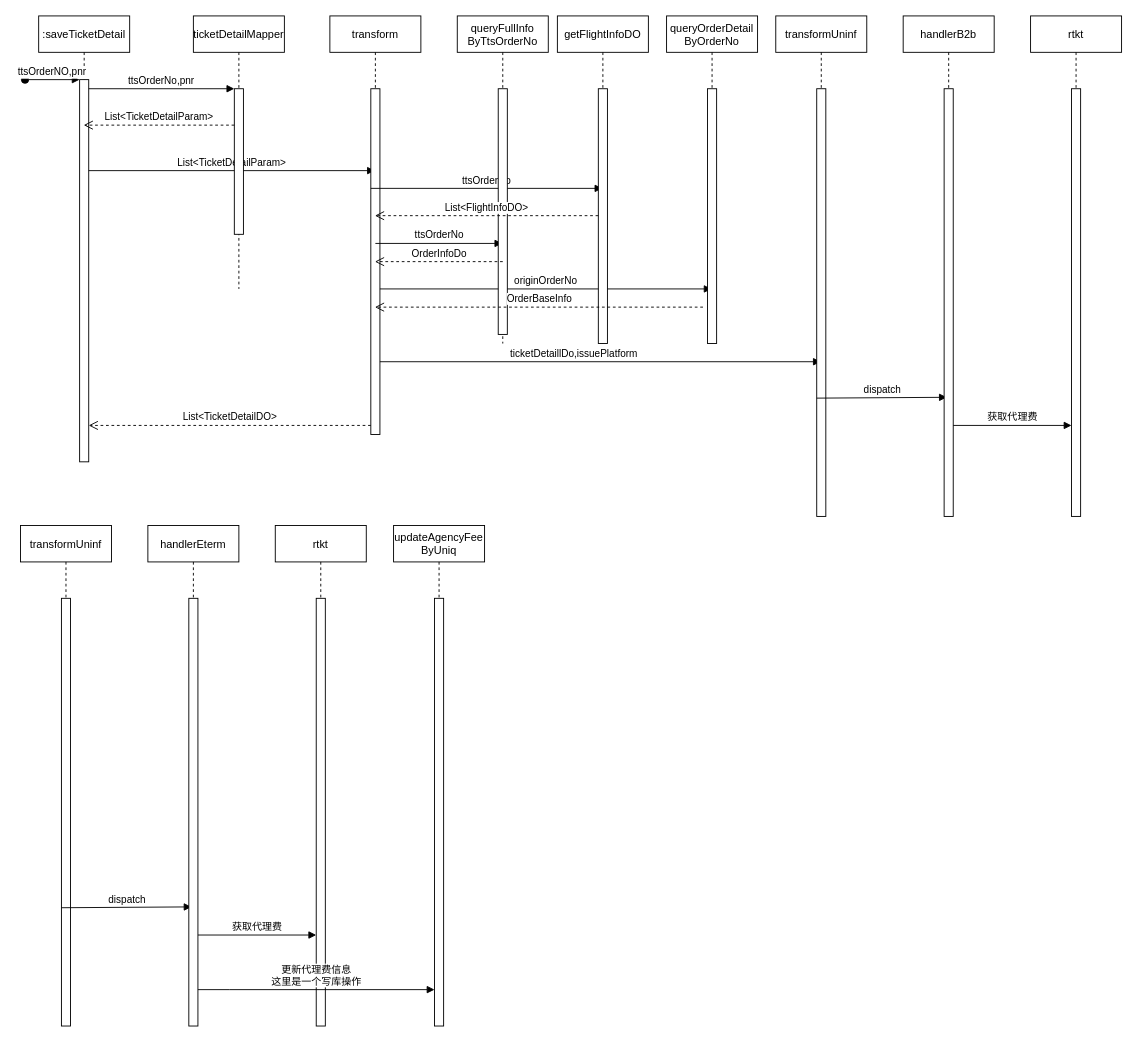
Above: 未命名绘图.drawio in qianchiwolong/javase (draw.io), before the change. Source tidied: cells renumbered, new cells numbered last; positions are measured from the earlier drawing's top-left corner, leaving out a move shared by most shapes. Both pictures are drawn from the tidied source at 91%, with x=0, y=0 at pixel (20, 15).
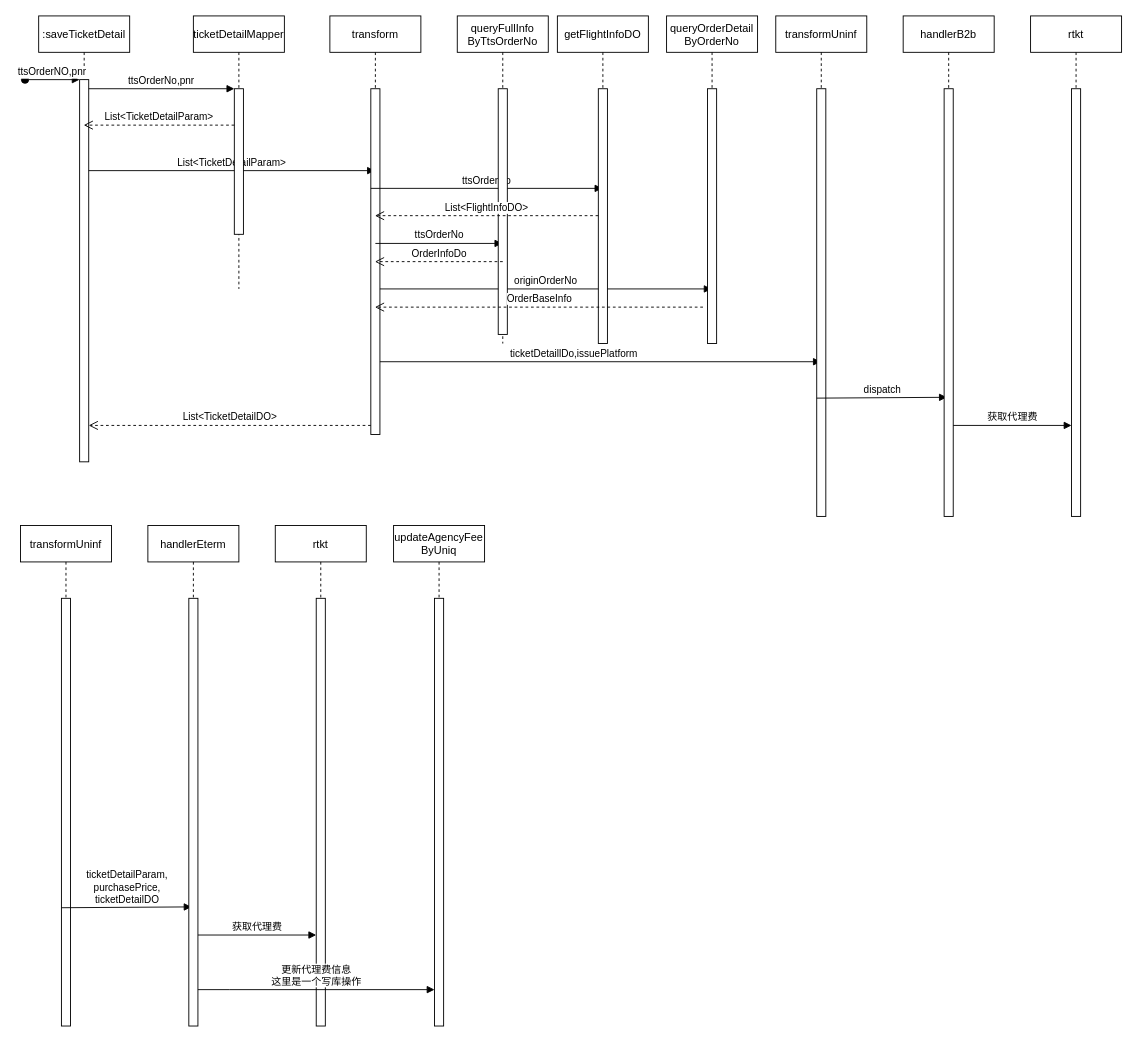
The same diagram, later.

Commit message:
出票明细入库事务优化调研.drawio

Unchanged cells that the change refers to:
```xml
<mxCell id="34" value="transformUninf" style="shape=umlLifeline;perimeter=lifelinePerimeter;rounded=0;shadow=0;strokeWidth=1;" parent="1" vertex="1">
  <mxGeometry y="560" width="100" height="550" as="geometry" />
</mxCell>
<mxCell id="37" value="handlerEterm" style="shape=umlLifeline;perimeter=lifelinePerimeter;rounded=0;shadow=0;strokeWidth=1;" parent="1" vertex="1">
  <mxGeometry x="140" y="560" width="100" height="550" as="geometry" />
</mxCell>
```

What changed in the source:
```diff
@@
-    <mxCell id="36" value="dispatch" style="html=1;verticalAlign=bottom;endArrow=block;rounded=0;entryX=0.48;entryY=0.762;entryDx=0;entryDy=0;entryPerimeter=0;" parent="34" edge="1" target="37">
+    <mxCell id="36" value="ticketDetailParam, &lt;br&gt;purchasePrice, &lt;br&gt;ticketDetailDO" style="html=1;verticalAlign=bottom;endArrow=block;rounded=0;entryX=0.48;entryY=0.762;entryDx=0;entryDy=0;entryPerimeter=0;" parent="34" edge="1" target="37">
       <mxGeometry relative="1" as="geometry">
         <mxPoint x="45" y="420" as="sourcePoint" />
       </mxGeometry>
     </mxCell>
```
